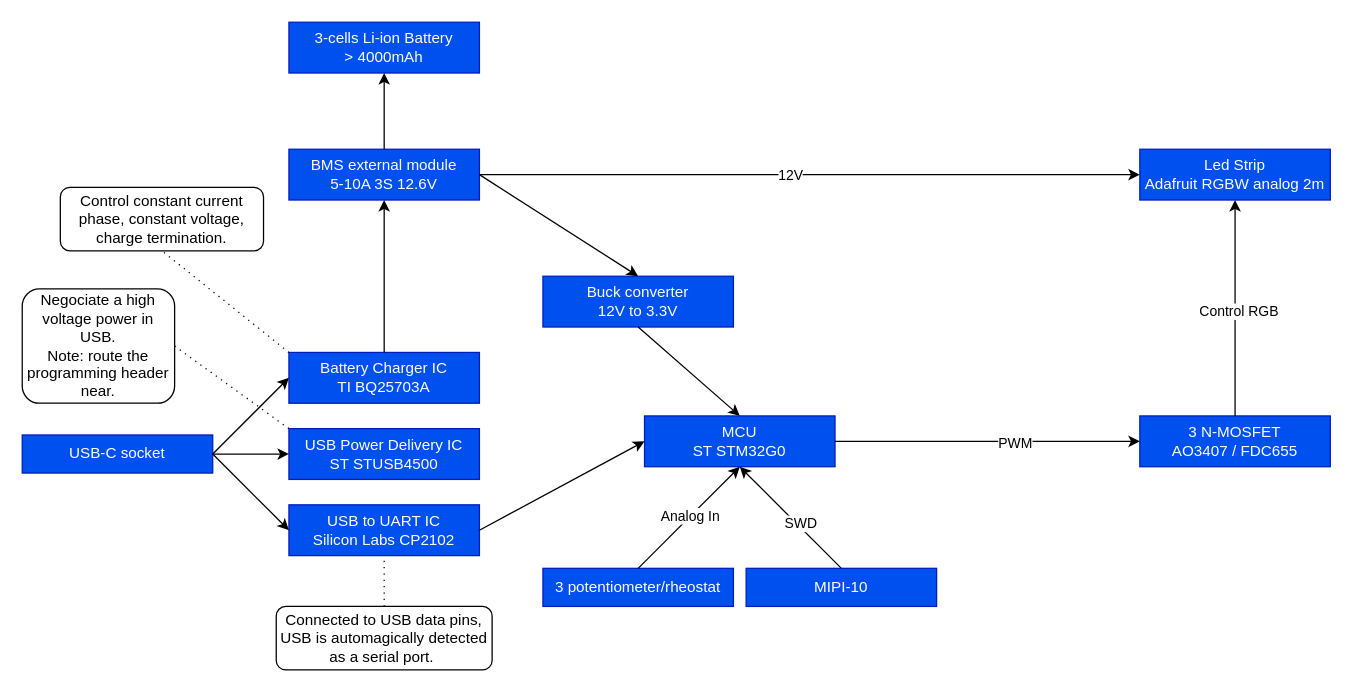
Above: hardware/hardware_architecture_design.drawio in leonmariotto/ledstrip (draw.io), before the change. Source tidied: cells renumbered, new cells numbered last; positions are measured from the earlier drawing's top-left corner, leaving out a move shared by most shapes. Both pictures are drawn from the tidied source at 127%, with x=0, y=0 at pixel (22, 22).
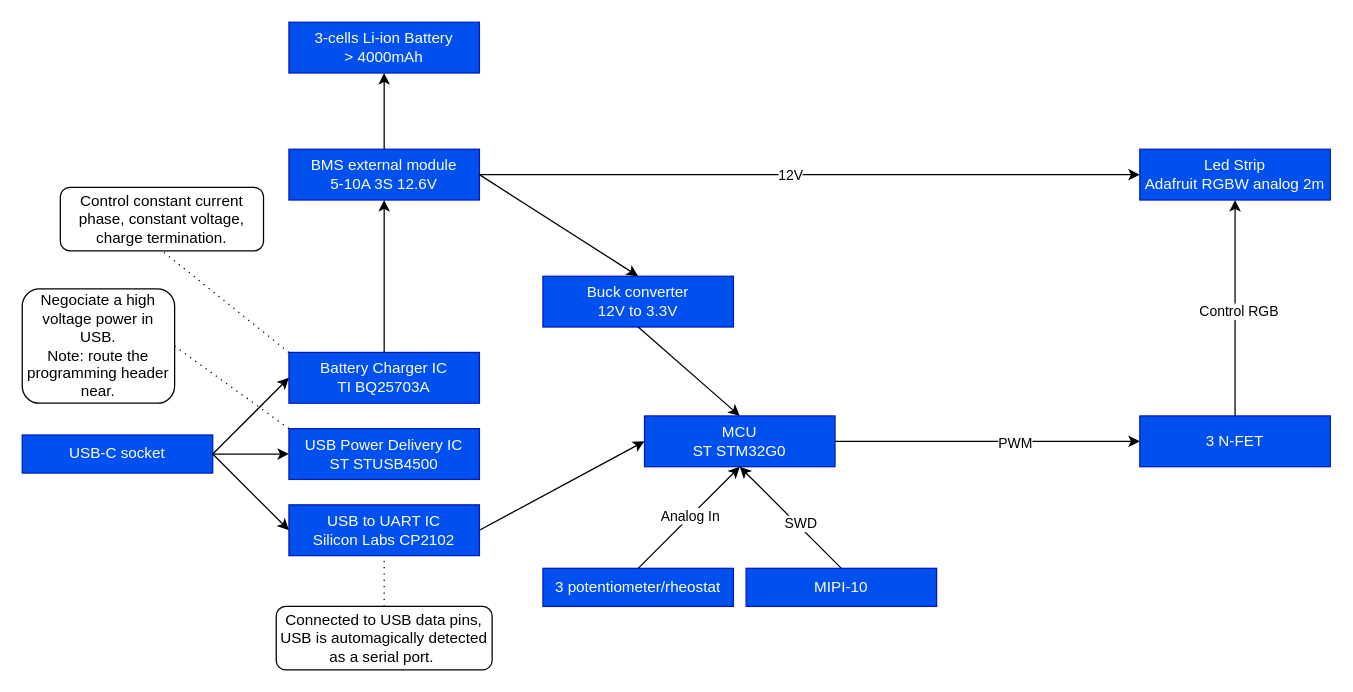
After the change.

What changed in the source:
```diff
@@
-    <mxCell id="13" value="&lt;span style=&quot;background-color: transparent; color: light-dark(rgb(255, 255, 255), rgb(255, 255, 255));&quot;&gt;3 N-MOSFET&lt;br&gt;&lt;/span&gt;AO3407 / FDC655&lt;span style=&quot;background-color: transparent; color: light-dark(rgb(255, 255, 255), rgb(255, 255, 255));&quot;&gt;&lt;/span&gt;" style="rounded=0;whiteSpace=wrap;html=1;fillColor=#0050ef;fontColor=#ffffff;strokeColor=#001DBC;" parent="1" vertex="1">
+    <mxCell id="13" value="&lt;span style=&quot;background-color: transparent; color: light-dark(rgb(255, 255, 255), rgb(255, 255, 255));&quot;&gt;3 N-FET&lt;/span&gt;&lt;br&gt;&lt;span style=&quot;background-color: transparent; color: light-dark(rgb(255, 255, 255), rgb(255, 255, 255));&quot;&gt;&lt;/span&gt;" style="rounded=0;whiteSpace=wrap;html=1;fillColor=#0050ef;fontColor=#ffffff;strokeColor=#001DBC;" parent="1" vertex="1">
       <mxGeometry x="880" y="310" width="150" height="40" as="geometry" />
     </mxCell>
```
